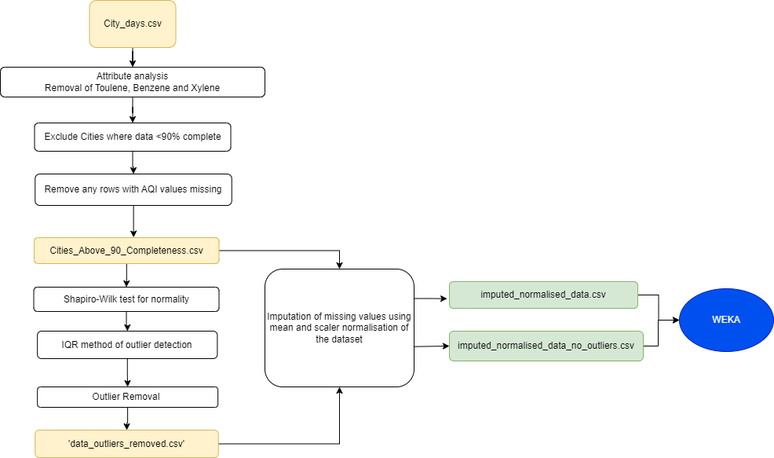
spacetrace1982/AirQualityIndex_India keeps this draw.io diagram as Pre-processing_detail.drawio.png. Above is the earlier version. Source tidied: cells renumbered, new cells last; positions are measured from the earlier drawing's top-left corner, leaving out a move shared by most shapes.
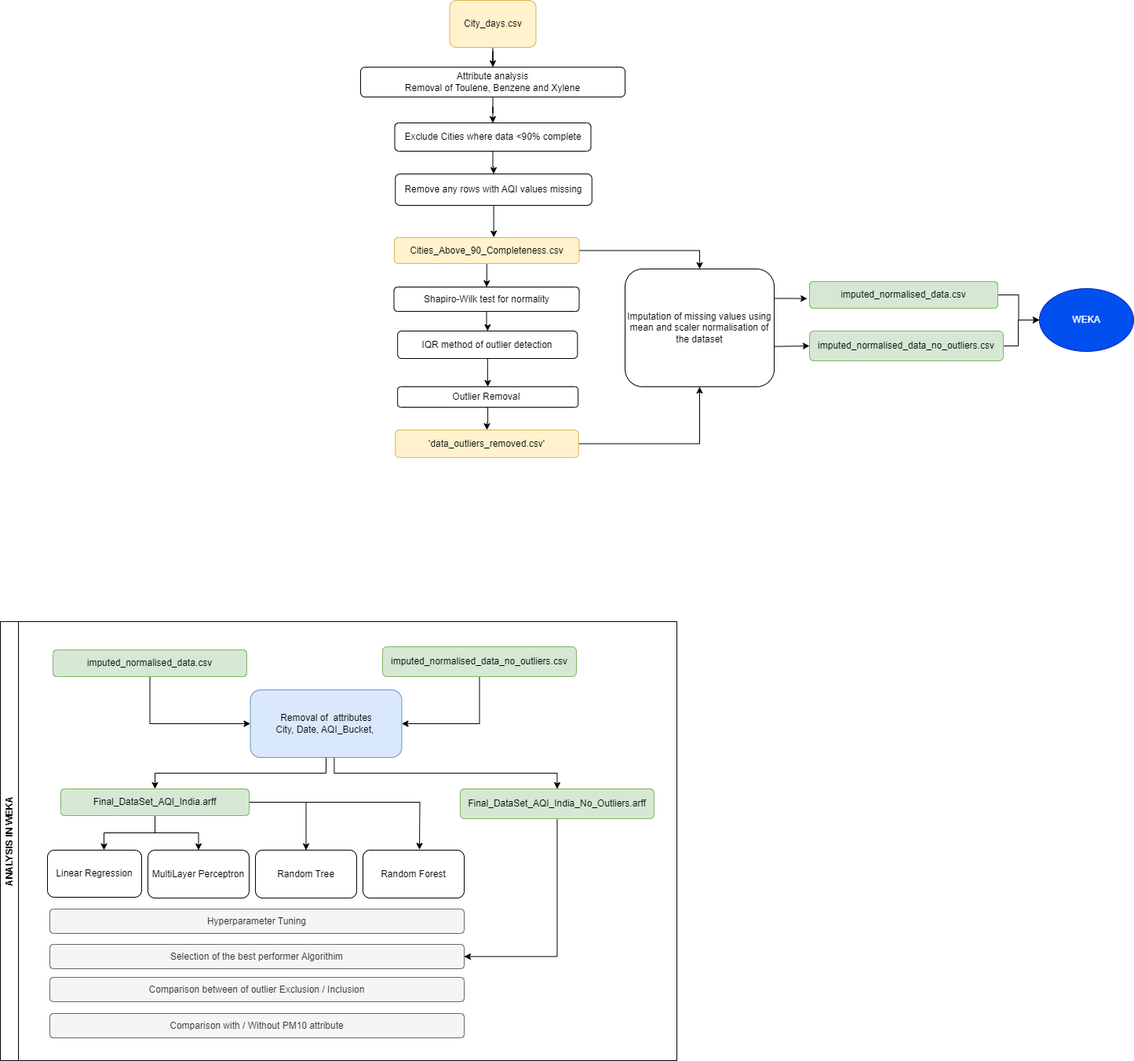
Later version of the same file.

Diff of the diagram source:
```diff
@@ -88,5 +88,79 @@
     <mxCell id="28" style="edgeStyle=orthogonalEdgeStyle;rounded=0;jettySize=auto;html=1;entryX=0.538;entryY=-0.01;entryDx=0;entryDy=0;entryPerimeter=0;" parent="1" edge="1" source="8" target="11">
       <mxGeometry relative="1" as="geometry" />
     </mxCell>
+    <mxCell id="29" value="imputed_normalised_data.csv" style="rounded=1;whiteSpace=wrap;html=1;fillColor=#d5e8d4;strokeColor=#82b366;" parent="1" vertex="1">
+      <mxGeometry x="572" y="358" width="240" height="34" as="geometry" />
+    </mxCell>
+    <mxCell id="30" style="edgeStyle=orthogonalEdgeStyle;rounded=0;jettySize=auto;html=1;entryX=0;entryY=0.5;entryDx=0;entryDy=0;exitX=0.5;exitY=1;exitDx=0;exitDy=0;" parent="1" edge="1" source="52" target="34">
+      <mxGeometry relative="1" as="geometry" />
+    </mxCell>
+    <mxCell id="31" style="edgeStyle=orthogonalEdgeStyle;rounded=0;jettySize=auto;html=1;entryX=1;entryY=0.5;entryDx=0;entryDy=0;" parent="1" edge="1" source="51" target="34">
+      <mxGeometry relative="1" as="geometry" />
+    </mxCell>
+    <mxCell id="32" style="edgeStyle=orthogonalEdgeStyle;rounded=0;jettySize=auto;html=1;exitX=0.5;exitY=1;exitDx=0;exitDy=0;entryX=0.5;entryY=0;entryDx=0;entryDy=0;" parent="1" edge="1" source="34" target="50">
+      <mxGeometry relative="1" as="geometry" />
+    </mxCell>
+    <mxCell id="33" style="edgeStyle=orthogonalEdgeStyle;rounded=0;jettySize=auto;html=1;entryX=0.5;entryY=0;entryDx=0;entryDy=0;exitX=0.554;exitY=0.992;exitDx=0;exitDy=0;exitPerimeter=0;" parent="1" edge="1" source="34" target="49">
+      <mxGeometry relative="1" as="geometry" />
+    </mxCell>
+    <mxCell id="34" value="Removal of&amp;nbsp; attributes&lt;br&gt;City, Date, AQI_Bucket,&amp;nbsp;" style="rounded=1;whiteSpace=wrap;html=1;fillColor=#dae8fc;strokeColor=#6c8ebf;" parent="1" vertex="1">
+      <mxGeometry x="-140.5" y="878" width="193" height="86" as="geometry" />
+    </mxCell>
+    <mxCell id="35" style="edgeStyle=orthogonalEdgeStyle;rounded=0;jettySize=auto;html=1;entryX=0.5;entryY=0;entryDx=0;entryDy=0;" parent="1" edge="1" source="50" target="40">
+      <mxGeometry relative="1" as="geometry" />
+    </mxCell>
+    <mxCell id="36" style="edgeStyle=orthogonalEdgeStyle;rounded=0;jettySize=auto;html=1;" parent="1" edge="1" source="50" target="41">
+      <mxGeometry relative="1" as="geometry" />
+    </mxCell>
+    <mxCell id="37" style="edgeStyle=orthogonalEdgeStyle;rounded=0;jettySize=auto;html=1;" parent="1" edge="1" source="50">
+      <mxGeometry relative="1" as="geometry">
+        <mxPoint x="75" y="1081.3" as="targetPoint" />
+      </mxGeometry>
+    </mxCell>
+    <mxCell id="38" style="edgeStyle=orthogonalEdgeStyle;rounded=0;jettySize=auto;html=1;entryX=1;entryY=0.5;entryDx=0;entryDy=0;" parent="1" edge="1" source="49" target="44">
+      <mxGeometry relative="1" as="geometry" />
+    </mxCell>
+    <mxCell id="39" value="Linear Regression" style="rounded=1;whiteSpace=wrap;html=1;" parent="1" vertex="1">
+      <mxGeometry x="-399" y="1082" width="120" height="60" as="geometry" />
+    </mxCell>
+    <mxCell id="40" value="MultiLayer Perceptron" style="rounded=1;whiteSpace=wrap;html=1;" parent="1" vertex="1">
+      <mxGeometry x="-271" y="1082" width="129" height="61" as="geometry" />
+    </mxCell>
+    <mxCell id="41" value="Random Tree" style="rounded=1;whiteSpace=wrap;html=1;" parent="1" vertex="1">
+      <mxGeometry x="-134" y="1082" width="129" height="61" as="geometry" />
+    </mxCell>
+    <mxCell id="42" value="Random Forest" style="rounded=1;whiteSpace=wrap;html=1;" parent="1" vertex="1">
+      <mxGeometry x="3" y="1082" width="129" height="61" as="geometry" />
+    </mxCell>
+    <mxCell id="43" value="Hyperparameter Tuning" style="rounded=1;whiteSpace=wrap;html=1;fillColor=#f5f5f5;fontColor=#333333;strokeColor=#666666;" parent="1" vertex="1">
+      <mxGeometry x="-396" y="1157" width="528" height="31" as="geometry" />
+    </mxCell>
+    <mxCell id="44" value="Selection of the best performer Algorithim" style="rounded=1;whiteSpace=wrap;html=1;fillColor=#f5f5f5;fontColor=#333333;strokeColor=#666666;" parent="1" vertex="1">
+      <mxGeometry x="-396" y="1202" width="528" height="31" as="geometry" />
+    </mxCell>
+    <mxCell id="45" value="Comparison between of outlier Exclusion / Inclusion" style="rounded=1;whiteSpace=wrap;html=1;fillColor=#f5f5f5;fontColor=#333333;strokeColor=#666666;" parent="1" vertex="1">
+      <mxGeometry x="-396" y="1244" width="528" height="31" as="geometry" />
+    </mxCell>
+    <mxCell id="46" value="Comparison with / Without PM10 attribute" style="rounded=1;whiteSpace=wrap;html=1;fillColor=#f5f5f5;fontColor=#333333;strokeColor=#666666;" parent="1" vertex="1">
+      <mxGeometry x="-396" y="1290" width="528" height="31" as="geometry" />
+    </mxCell>
+    <mxCell id="47" style="edgeStyle=orthogonalEdgeStyle;rounded=0;jettySize=auto;html=1;entryX=0.6;entryY=0;entryDx=0;entryDy=0;entryPerimeter=0;" parent="1" edge="1" source="50" target="39">
+      <mxGeometry relative="1" as="geometry" />
+    </mxCell>
+    <mxCell id="48" value="ANALYSIS IN WEKA" style="swimlane;horizontal=0;whiteSpace=wrap;html=1;" parent="1" vertex="1">
+      <mxGeometry x="-459" y="791" width="862" height="559" as="geometry" />
+    </mxCell>
+    <mxCell id="49" value="Final_DataSet_AQI_India_No_Outliers.arff" style="rounded=1;whiteSpace=wrap;html=1;fillColor=#d5e8d4;strokeColor=#82b366;" parent="48" vertex="1">
+      <mxGeometry x="586" y="213" width="247" height="38" as="geometry" />
+    </mxCell>
+    <mxCell id="50" value="Final_DataSet_AQI_India.arff" style="rounded=1;whiteSpace=wrap;html=1;fillColor=#d5e8d4;strokeColor=#82b366;" parent="48" vertex="1">
+      <mxGeometry x="77" y="213" width="240" height="34" as="geometry" />
+    </mxCell>
+    <mxCell id="51" value="imputed_normalised_data_no_outliers.csv" style="rounded=1;whiteSpace=wrap;html=1;fillColor=#d5e8d4;strokeColor=#82b366;" parent="48" vertex="1">
+      <mxGeometry x="487" y="32" width="247" height="38" as="geometry" />
+    </mxCell>
+    <mxCell id="52" value="imputed_normalised_data.csv" style="rounded=1;whiteSpace=wrap;html=1;fillColor=#d5e8d4;strokeColor=#82b366;" parent="48" vertex="1">
+      <mxGeometry x="67" y="36" width="247" height="34" as="geometry" />
+    </mxCell>
   </root>
 </mxGraphModel>
```
